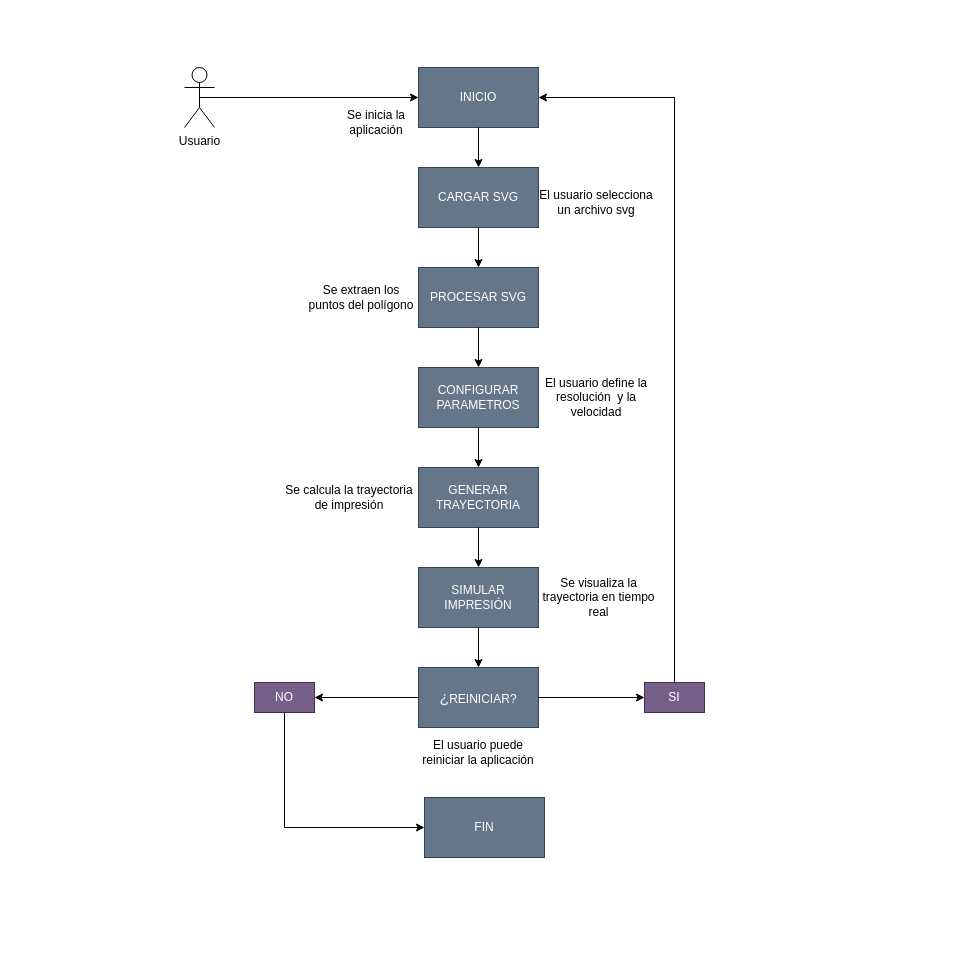
DavidPilataxi/Impresora3D-Proyecto2MN keeps this draw.io diagram as Diagrama.dio. Above is the earlier version. Source tidied: cells renumbered, new cells numbered last; positions are measured from the earlier drawing's top-left corner, leaving out a move shared by most shapes. Both pictures are drawn from the tidied source at 100%, with x=0, y=0 at pixel (184, 67).
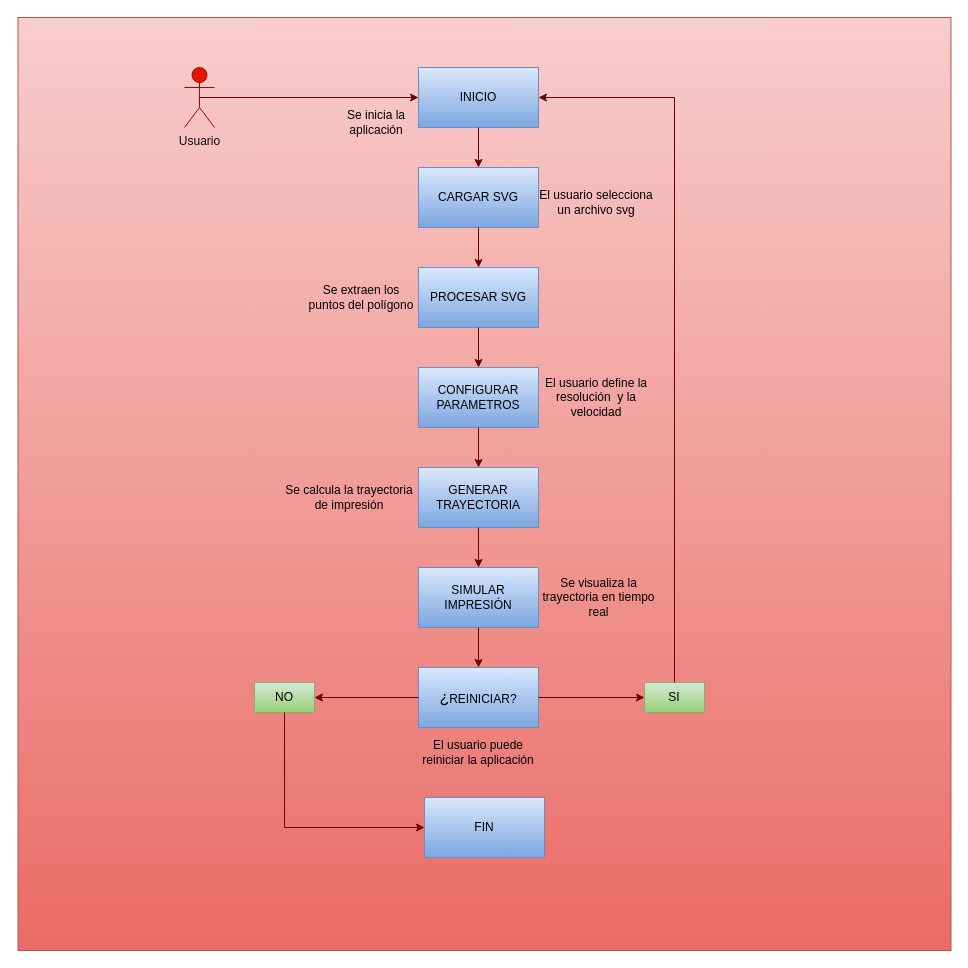
Above is the later version.

Commit message:
Haciendo mejoras en el drawio

The edit, as a diff of the source:
```diff
@@
+    <mxCell id="33" style="whiteSpace=wrap;html=1;fillColor=#f8cecc;strokeColor=#b85450;gradientColor=#ea6b66;" parent="1" vertex="1">
+      <mxGeometry x="-166.5" y="-50" width="933" height="933" as="geometry" />
+    </mxCell>
-    <mxCell id="2" value="Usuario" style="shape=umlActor;verticalLabelPosition=bottom;verticalAlign=top;html=1;outlineConnect=0;" parent="1" vertex="1">
+    <mxCell id="2" value="&lt;font color=&quot;#0a0a0a&quot;&gt;Usuario&lt;/font&gt;" style="shape=umlActor;verticalLabelPosition=bottom;verticalAlign=top;html=1;outlineConnect=0;fillColor=#e51400;strokeColor=#B20000;fontColor=#ffffff;" parent="1" vertex="1">
       <mxGeometry width="30" height="60" as="geometry" />
     </mxCell>
-    <mxCell id="3" style="endArrow=classic;html=1;exitX=0.5;exitY=0.5;exitDx=0;exitDy=0;exitPerimeter=0;entryX=0;entryY=0.5;entryDx=0;entryDy=0;" parent="1" edge="1" source="2" target="4">
+    <mxCell id="3" style="endArrow=classic;html=1;exitX=0.5;exitY=0.5;exitDx=0;exitDy=0;exitPerimeter=0;entryX=0;entryY=0.5;entryDx=0;entryDy=0;fillColor=#a20025;strokeColor=#6F0000;" parent="1" edge="1" source="2" target="4">
       <mxGeometry relative="1" as="geometry" />
     </mxCell>
-    <mxCell id="4" value="INICIO" style="rounded=0;whiteSpace=wrap;html=1;fillColor=#647687;fontColor=#ffffff;strokeColor=#314354;" parent="1" vertex="1">
+    <mxCell id="4" value="&lt;font color=&quot;#000000&quot;&gt;INICIO&lt;/font&gt;" style="rounded=0;whiteSpace=wrap;html=1;fillColor=#dae8fc;strokeColor=#6c8ebf;gradientColor=#7ea6e0;" parent="1" vertex="1">
       <mxGeometry x="234" width="120" height="60" as="geometry" />
     </mxCell>
-    <mxCell id="5" value="CARGAR SVG" style="rounded=0;whiteSpace=wrap;html=1;fillColor=#647687;fontColor=#ffffff;strokeColor=#314354;" parent="1" vertex="1">
+    <mxCell id="5" value="&lt;font color=&quot;#000000&quot;&gt;CARGAR SVG&lt;/font&gt;" style="rounded=0;whiteSpace=wrap;html=1;fillColor=#dae8fc;strokeColor=#6c8ebf;gradientColor=#7ea6e0;" parent="1" vertex="1">
       <mxGeometry x="234" y="100" width="120" height="60" as="geometry" />
     </mxCell>
-    <mxCell id="6" value="PROCESAR SVG" style="rounded=0;whiteSpace=wrap;html=1;fillColor=#647687;fontColor=#ffffff;strokeColor=#314354;" parent="1" vertex="1">
+    <mxCell id="6" value="&lt;font color=&quot;#000000&quot;&gt;PROCESAR SVG&lt;/font&gt;" style="rounded=0;whiteSpace=wrap;html=1;fillColor=#dae8fc;strokeColor=#6c8ebf;gradientColor=#7ea6e0;" parent="1" vertex="1">
       <mxGeometry x="234" y="200" width="120" height="60" as="geometry" />
     </mxCell>
-    <mxCell id="7" value="CONFIGURAR PARAMETROS" style="rounded=0;whiteSpace=wrap;html=1;fillColor=#647687;fontColor=#ffffff;strokeColor=#314354;" parent="1" vertex="1">
+    <mxCell id="7" value="&lt;font color=&quot;#000000&quot;&gt;CONFIGURAR PARAMETROS&lt;/font&gt;" style="rounded=0;whiteSpace=wrap;html=1;fillColor=#dae8fc;strokeColor=#6c8ebf;gradientColor=#7ea6e0;" parent="1" vertex="1">
       <mxGeometry x="234" y="300" width="120" height="60" as="geometry" />
     </mxCell>
-    <mxCell id="8" value="GENERAR TRAYECTORIA" style="rounded=0;whiteSpace=wrap;html=1;fillColor=#647687;fontColor=#ffffff;strokeColor=#314354;" parent="1" vertex="1">
+    <mxCell id="8" value="&lt;font color=&quot;#000000&quot;&gt;GENERAR TRAYECTORIA&lt;/font&gt;" style="rounded=0;whiteSpace=wrap;html=1;fillColor=#dae8fc;strokeColor=#6c8ebf;gradientColor=#7ea6e0;" parent="1" vertex="1">
       <mxGeometry x="234" y="400" width="120" height="60" as="geometry" />
     </mxCell>
-    <mxCell id="9" value="SIMULAR IMPRESIÓN" style="rounded=0;whiteSpace=wrap;html=1;fillColor=#647687;fontColor=#ffffff;strokeColor=#314354;" parent="1" vertex="1">
+    <mxCell id="9" value="&lt;font color=&quot;#000000&quot;&gt;SIMULAR IMPRESIÓN&lt;/font&gt;" style="rounded=0;whiteSpace=wrap;html=1;fillColor=#dae8fc;strokeColor=#6c8ebf;gradientColor=#7ea6e0;" parent="1" vertex="1">
       <mxGeometry x="234" y="500" width="120" height="60" as="geometry" />
     </mxCell>
-    <mxCell id="10" value="&lt;span style=&quot;color: rgb(236, 236, 236); font-family: &amp;quot;Google Sans&amp;quot;, Arial, sans-serif; font-size: 16px; text-align: start;&quot;&gt;¿&lt;/span&gt;REINICIAR?" style="rounded=0;whiteSpace=wrap;html=1;fillColor=#647687;fontColor=#ffffff;strokeColor=#314354;" parent="1" vertex="1">
+    <mxCell id="10" value="&lt;font color=&quot;#000000&quot;&gt;&lt;span style=&quot;font-family: &amp;quot;Google Sans&amp;quot;, Arial, sans-serif; font-size: 16px; text-align: start;&quot;&gt;¿&lt;/span&gt;REINICIAR?&lt;/font&gt;" style="rounded=0;whiteSpace=wrap;html=1;fillColor=#dae8fc;strokeColor=#6c8ebf;gradientColor=#7ea6e0;" parent="1" vertex="1">
       <mxGeometry x="234" y="600" width="120" height="60" as="geometry" />
     </mxCell>
-    <mxCell id="11" value="FIN" style="rounded=0;whiteSpace=wrap;html=1;fillColor=#647687;fontColor=#ffffff;strokeColor=#314354;" parent="1" vertex="1">
+    <mxCell id="11" value="&lt;font color=&quot;#000000&quot;&gt;FIN&lt;/font&gt;" style="rounded=0;whiteSpace=wrap;html=1;fillColor=#dae8fc;strokeColor=#6c8ebf;gradientColor=#7ea6e0;" parent="1" vertex="1">
       <mxGeometry x="240" y="730" width="120" height="60" as="geometry" />
     </mxCell>
-    <mxCell id="12" style="endArrow=classic;html=1;exitX=0.5;exitY=1;exitDx=0;exitDy=0;entryX=0.5;entryY=0;entryDx=0;entryDy=0;" parent="1" edge="1" source="4" target="5">
+    <mxCell id="12" style="endArrow=classic;html=1;exitX=0.5;exitY=1;exitDx=0;exitDy=0;entryX=0.5;entryY=0;entryDx=0;entryDy=0;fillColor=#a20025;strokeColor=#6F0000;" parent="1" edge="1" source="4" target="5">
       <mxGeometry relative="1" as="geometry" />
     </mxCell>
-    <mxCell id="13" style="endArrow=classic;html=1;exitX=0.5;exitY=1;exitDx=0;exitDy=0;" parent="1" edge="1" source="5" target="6">
+    <mxCell id="13" style="endArrow=classic;html=1;exitX=0.5;exitY=1;exitDx=0;exitDy=0;fillColor=#a20025;strokeColor=#6F0000;" parent="1" edge="1" source="5" target="6">
       <mxGeometry relative="1" as="geometry" />
     </mxCell>
-    <mxCell id="14" style="endArrow=classic;html=1;exitX=0.5;exitY=1;exitDx=0;exitDy=0;entryX=0.5;entryY=0;entryDx=0;entryDy=0;" parent="1" edge="1" source="6" target="7">
+    <mxCell id="14" style="endArrow=classic;html=1;exitX=0.5;exitY=1;exitDx=0;exitDy=0;entryX=0.5;entryY=0;entryDx=0;entryDy=0;fillColor=#a20025;strokeColor=#6F0000;" parent="1" edge="1" source="6" target="7">
       <mxGeometry relative="1" as="geometry" />
     </mxCell>
-    <mxCell id="15" style="endArrow=classic;html=1;exitX=0.5;exitY=1;exitDx=0;exitDy=0;entryX=0.5;entryY=0;entryDx=0;entryDy=0;" parent="1" edge="1" source="7" target="8">
+    <mxCell id="15" style="endArrow=classic;html=1;exitX=0.5;exitY=1;exitDx=0;exitDy=0;entryX=0.5;entryY=0;entryDx=0;entryDy=0;fillColor=#a20025;strokeColor=#6F0000;" parent="1" edge="1" source="7" target="8">
       <mxGeometry relative="1" as="geometry" />
     </mxCell>
-    <mxCell id="16" style="endArrow=classic;html=1;exitX=0.5;exitY=1;exitDx=0;exitDy=0;entryX=0.5;entryY=0;entryDx=0;entryDy=0;" parent="1" edge="1" source="8" target="9">
+    <mxCell id="16" style="endArrow=classic;html=1;exitX=0.5;exitY=1;exitDx=0;exitDy=0;entryX=0.5;entryY=0;entryDx=0;entryDy=0;fillColor=#a20025;strokeColor=#6F0000;" parent="1" edge="1" source="8" target="9">
       <mxGeometry relative="1" as="geometry" />
     </mxCell>
-    <mxCell id="17" style="endArrow=classic;html=1;exitX=0.5;exitY=1;exitDx=0;exitDy=0;entryX=0.5;entryY=0;entryDx=0;entryDy=0;" parent="1" edge="1" source="9" target="10">
+    <mxCell id="17" style="endArrow=classic;html=1;exitX=0.5;exitY=1;exitDx=0;exitDy=0;entryX=0.5;entryY=0;entryDx=0;entryDy=0;fillColor=#a20025;strokeColor=#6F0000;" parent="1" edge="1" source="9" target="10">
       <mxGeometry relative="1" as="geometry" />
     </mxCell>
-    <mxCell id="18" style="endArrow=classic;html=1;exitX=1;exitY=0.5;exitDx=0;exitDy=0;entryX=0;entryY=0.5;entryDx=0;entryDy=0;" parent="1" edge="1" source="10" target="19">
+    <mxCell id="18" style="endArrow=classic;html=1;exitX=1;exitY=0.5;exitDx=0;exitDy=0;entryX=0;entryY=0.5;entryDx=0;entryDy=0;fillColor=#a20025;strokeColor=#6F0000;" parent="1" edge="1" source="10" target="19">
       <mxGeometry relative="1" as="geometry" />
     </mxCell>
-    <mxCell id="19" value="SI" style="text;html=1;strokeColor=#432D57;fillColor=#76608a;align=center;verticalAlign=middle;whiteSpace=wrap;rounded=0;fontColor=#ffffff;" parent="1" vertex="1">
+    <mxCell id="19" value="&lt;font color=&quot;#000000&quot;&gt;SI&lt;/font&gt;" style="text;html=1;strokeColor=#82b366;fillColor=#d5e8d4;align=center;verticalAlign=middle;whiteSpace=wrap;rounded=0;gradientColor=#97d077;" parent="1" vertex="1">
       <mxGeometry x="460" y="615" width="60" height="30" as="geometry" />
     </mxCell>
-    <mxCell id="20" style="endArrow=none;html=1;exitX=0.5;exitY=0;exitDx=0;exitDy=0;" parent="1" edge="1" source="19">
-      <mxGeometry relative="1" as="geometry">
-        <mxPoint x="490" y="30" as="targetPoint" />
-      </mxGeometry>
-    </mxCell>
+    <mxCell id="34" style="endArrow=none;html=1;exitX=0.5;exitY=0;exitDx=0;exitDy=0;fillColor=#a20025;strokeColor=#6F0000;" parent="1" edge="1" source="19">
+      <mxGeometry relative="1" as="geometry">
+        <mxPoint x="490" y="30" as="targetPoint" />
+      </mxGeometry>
+    </mxCell>
-    <mxCell id="21" style="endArrow=classic;html=1;entryX=1;entryY=0.5;entryDx=0;entryDy=0;entryPerimeter=0;exitX=0;exitY=0.5;exitDx=0;exitDy=0;" parent="1" edge="1" source="10" target="22">
+    <mxCell id="21" style="endArrow=classic;html=1;entryX=1;entryY=0.5;entryDx=0;entryDy=0;entryPerimeter=0;exitX=0;exitY=0.5;exitDx=0;exitDy=0;fillColor=#a20025;strokeColor=#6F0000;" parent="1" edge="1" source="10" target="22">
       <mxGeometry relative="1" as="geometry" />
     </mxCell>
-    <mxCell id="22" value="NO" style="text;html=1;strokeColor=#432D57;fillColor=#76608a;align=center;verticalAlign=middle;whiteSpace=wrap;rounded=0;fontColor=#ffffff;" parent="1" vertex="1">
+    <mxCell id="22" value="&lt;font color=&quot;#000000&quot;&gt;NO&lt;/font&gt;" style="text;html=1;strokeColor=#82b366;fillColor=#d5e8d4;align=center;verticalAlign=middle;whiteSpace=wrap;rounded=0;gradientColor=#97d077;" parent="1" vertex="1">
       <mxGeometry x="70" y="615" width="60" height="30" as="geometry" />
     </mxCell>
-    <mxCell id="23" style="endArrow=none;html=1;exitX=0.5;exitY=1;exitDx=0;exitDy=0;" parent="1" edge="1" source="22">
-      <mxGeometry relative="1" as="geometry">
-        <mxPoint x="100" y="760" as="targetPoint" />
-      </mxGeometry>
-    </mxCell>
-    <mxCell id="24" style="endArrow=classic;html=1;entryX=0;entryY=0.5;entryDx=0;entryDy=0;" parent="1" edge="1" target="11">
-      <mxGeometry relative="1" as="geometry">
-        <mxPoint x="100" y="760" as="sourcePoint" />
-      </mxGeometry>
-    </mxCell>
-    <mxCell id="25" style="endArrow=classic;html=1;entryX=1;entryY=0.5;entryDx=0;entryDy=0;" parent="1" edge="1" target="4">
-      <mxGeometry relative="1" as="geometry">
-        <mxPoint x="490" y="30" as="sourcePoint" />
-      </mxGeometry>
-    </mxCell>
+    <mxCell id="35" style="endArrow=none;html=1;exitX=0.5;exitY=1;exitDx=0;exitDy=0;fillColor=#a20025;strokeColor=#6F0000;" parent="1" edge="1" source="22">
+      <mxGeometry relative="1" as="geometry">
+        <mxPoint x="100" y="760" as="targetPoint" />
+      </mxGeometry>
+    </mxCell>
+    <mxCell id="36" style="endArrow=classic;html=1;entryX=0;entryY=0.5;entryDx=0;entryDy=0;fillColor=#a20025;strokeColor=#6F0000;" parent="1" edge="1" target="11">
+      <mxGeometry relative="1" as="geometry">
+        <mxPoint x="100" y="760" as="sourcePoint" />
+      </mxGeometry>
+    </mxCell>
+    <mxCell id="37" style="endArrow=classic;html=1;entryX=1;entryY=0.5;entryDx=0;entryDy=0;fillColor=#a20025;strokeColor=#6F0000;" parent="1" edge="1" target="4">
+      <mxGeometry relative="1" as="geometry">
+        <mxPoint x="490" y="30" as="sourcePoint" />
+      </mxGeometry>
+    </mxCell>
-    <mxCell id="26" value="Se inicia la aplicación" style="text;html=1;strokeColor=none;fillColor=none;align=center;verticalAlign=middle;whiteSpace=wrap;rounded=0;labelBackgroundColor=none;" parent="1" vertex="1">
+    <mxCell id="26" value="&lt;font color=&quot;#000000&quot;&gt;Se inicia la aplicación&lt;/font&gt;" style="text;html=1;strokeColor=none;fillColor=none;align=center;verticalAlign=middle;whiteSpace=wrap;rounded=0;labelBackgroundColor=none;" parent="1" vertex="1">
       <mxGeometry x="150" y="40" width="84" height="30" as="geometry" />
     </mxCell>
-    <mxCell id="27" value="El usuario selecciona un archivo svg" style="text;html=1;strokeColor=none;fillColor=none;align=center;verticalAlign=middle;whiteSpace=wrap;rounded=0;labelBackgroundColor=none;" parent="1" vertex="1">
+    <mxCell id="27" value="&lt;font color=&quot;#000000&quot;&gt;El usuario selecciona un archivo svg&lt;/font&gt;" style="text;html=1;strokeColor=none;fillColor=none;align=center;verticalAlign=middle;whiteSpace=wrap;rounded=0;labelBackgroundColor=none;" parent="1" vertex="1">
       <mxGeometry x="354" y="120" width="116" height="30" as="geometry" />
     </mxCell>
-    <mxCell id="28" value="Se extraen los puntos del polígono" style="text;html=1;strokeColor=none;fillColor=none;align=center;verticalAlign=middle;whiteSpace=wrap;rounded=0;labelBackgroundColor=none;" parent="1" vertex="1">
+    <mxCell id="28" value="&lt;font color=&quot;#000000&quot;&gt;Se extraen los puntos del polígono&lt;/font&gt;" style="text;html=1;strokeColor=none;fillColor=none;align=center;verticalAlign=middle;whiteSpace=wrap;rounded=0;labelBackgroundColor=none;" parent="1" vertex="1">
       <mxGeometry x="120" y="215" width="114" height="30" as="geometry" />
     </mxCell>
-    <mxCell id="29" value="El usuario define la resolución&amp;nbsp; y la velocidad" style="text;html=1;strokeColor=none;fillColor=none;align=center;verticalAlign=middle;whiteSpace=wrap;rounded=0;labelBackgroundColor=none;" parent="1" vertex="1">
+    <mxCell id="29" value="&lt;font color=&quot;#000000&quot;&gt;El usuario define la resolución&amp;nbsp; y la velocidad&lt;/font&gt;" style="text;html=1;strokeColor=none;fillColor=none;align=center;verticalAlign=middle;whiteSpace=wrap;rounded=0;labelBackgroundColor=none;" parent="1" vertex="1">
       <mxGeometry x="359" y="315" width="106" height="30" as="geometry" />
     </mxCell>
-    <mxCell id="30" value="Se calcula la trayectoria de impresión" style="text;html=1;strokeColor=none;fillColor=none;align=center;verticalAlign=middle;whiteSpace=wrap;rounded=0;labelBackgroundColor=none;" parent="1" vertex="1">
+    <mxCell id="30" value="&lt;font color=&quot;#000000&quot;&gt;Se calcula la trayectoria de impresión&lt;/font&gt;" style="text;html=1;strokeColor=none;fillColor=none;align=center;verticalAlign=middle;whiteSpace=wrap;rounded=0;labelBackgroundColor=none;" parent="1" vertex="1">
       <mxGeometry x="100" y="415" width="130" height="30" as="geometry" />
     </mxCell>
-    <mxCell id="31" value="Se visualiza la trayectoria en tiempo real" style="text;html=1;strokeColor=none;fillColor=none;align=center;verticalAlign=middle;whiteSpace=wrap;rounded=0;labelBackgroundColor=none;" parent="1" vertex="1">
+    <mxCell id="31" value="&lt;font color=&quot;#000000&quot;&gt;Se visualiza la trayectoria en tiempo real&lt;/font&gt;" style="text;html=1;strokeColor=none;fillColor=none;align=center;verticalAlign=middle;whiteSpace=wrap;rounded=0;labelBackgroundColor=none;" parent="1" vertex="1">
       <mxGeometry x="354" y="515" width="121" height="30" as="geometry" />
     </mxCell>
-    <mxCell id="32" value="El usuario puede reiniciar la aplicación" style="text;html=1;strokeColor=none;fillColor=none;align=center;verticalAlign=middle;whiteSpace=wrap;rounded=0;labelBackgroundColor=none;" parent="1" vertex="1">
+    <mxCell id="32" value="&lt;font color=&quot;#000000&quot;&gt;El usuario puede reiniciar la aplicación&lt;/font&gt;" style="text;html=1;strokeColor=none;fillColor=none;align=center;verticalAlign=middle;whiteSpace=wrap;rounded=0;labelBackgroundColor=none;" parent="1" vertex="1">
       <mxGeometry x="228" y="670" width="132" height="30" as="geometry" />
     </mxCell>
```
